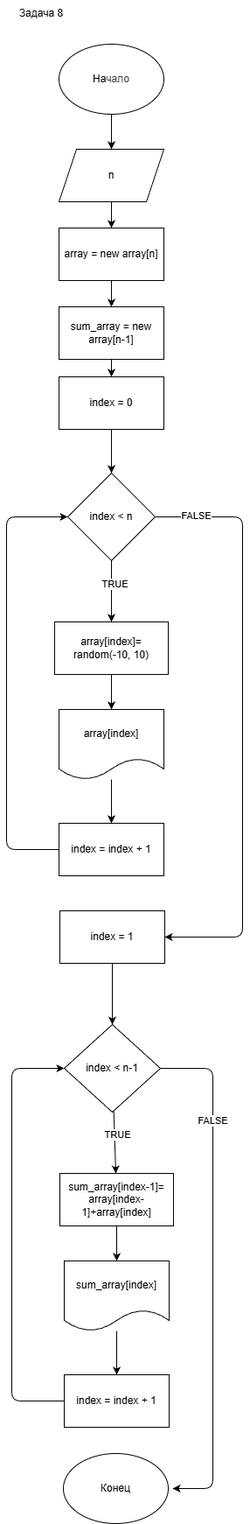
Earlier version of the draw.io export 005-chapter/arrays4.drawio.png (1Evgen12/Content). Source tidied: cells renumbered, new cells last; positions are measured from the earlier drawing's top-left corner, leaving out a move shared by most shapes. Source of this version:
```xml
<mxGraphModel>
  <root>
    <mxCell id="0" />
    <mxCell id="1" parent="0" />
    <mxCell id="2" value="Задача 8" style="text;html=1;align=center;verticalAlign=middle;whiteSpace=wrap;rounded=0;" parent="1" vertex="1">
      <mxGeometry x="10" width="60" height="30" as="geometry" />
    </mxCell>
    <mxCell id="3" style="edgeStyle=none;html=1;" parent="1" edge="1" source="4" target="6">
      <mxGeometry relative="1" as="geometry" />
    </mxCell>
    <mxCell id="4" value="На&lt;span style=&quot;color: rgb(63, 63, 63); background-color: transparent;&quot;&gt;чало&lt;/span&gt;" style="ellipse;whiteSpace=wrap;html=1;" parent="1" vertex="1">
      <mxGeometry x="60" y="50" width="120" height="80" as="geometry" />
    </mxCell>
    <mxCell id="5" style="edgeStyle=none;html=1;" parent="1" edge="1" source="6" target="8">
      <mxGeometry relative="1" as="geometry" />
    </mxCell>
    <mxCell id="6" value="n" style="shape=parallelogram;perimeter=parallelogramPerimeter;whiteSpace=wrap;html=1;fixedSize=1;" parent="1" vertex="1">
      <mxGeometry x="60" y="170" width="120" height="60" as="geometry" />
    </mxCell>
    <mxCell id="7" style="edgeStyle=none;html=1;" parent="1" edge="1" source="8" target="23">
      <mxGeometry relative="1" as="geometry" />
    </mxCell>
    <mxCell id="8" value="array = new array[n]" style="rounded=0;whiteSpace=wrap;html=1;" parent="1" vertex="1">
      <mxGeometry x="60" y="260" width="120" height="60" as="geometry" />
    </mxCell>
    <mxCell id="9" style="edgeStyle=none;html=1;entryX=0.5;entryY=0;entryDx=0;entryDy=0;" parent="1" edge="1" source="10" target="15">
      <mxGeometry relative="1" as="geometry" />
    </mxCell>
    <mxCell id="10" value="index = 0" style="rounded=0;whiteSpace=wrap;html=1;" parent="1" vertex="1">
      <mxGeometry x="60" y="430" width="120" height="60" as="geometry" />
    </mxCell>
    <mxCell id="11" style="edgeStyle=none;html=1;" parent="1" edge="1" source="15" target="17">
      <mxGeometry relative="1" as="geometry" />
    </mxCell>
    <mxCell id="12" value="TRUE" style="edgeLabel;html=1;align=center;verticalAlign=middle;" parent="11" vertex="1">
      <mxGeometry x="-0.26" y="3" relative="1" as="geometry" />
    </mxCell>
    <mxCell id="13" style="edgeStyle=none;html=1;entryX=1;entryY=0.5;entryDx=0;entryDy=0;" parent="1" edge="1" source="15" target="25">
      <mxGeometry relative="1" as="geometry">
        <Array as="points">
          <mxPoint x="270" y="590" />
          <mxPoint x="270" y="900" />
          <mxPoint x="270" y="1070" />
        </Array>
      </mxGeometry>
    </mxCell>
    <mxCell id="14" value="FALSE" style="edgeLabel;html=1;align=center;verticalAlign=middle;" parent="13" vertex="1">
      <mxGeometry x="-0.86" y="2" relative="1" as="geometry" />
    </mxCell>
    <mxCell id="15" value="index &amp;lt; n" style="rhombus;whiteSpace=wrap;html=1;" parent="1" vertex="1">
      <mxGeometry x="70" y="540" width="100" height="100" as="geometry" />
    </mxCell>
    <mxCell id="16" style="edgeStyle=none;html=1;" parent="1" edge="1" source="17" target="21">
      <mxGeometry relative="1" as="geometry" />
    </mxCell>
    <mxCell id="17" value="array[index]=&lt;div&gt;random(-10, 10)&lt;/div&gt;" style="rounded=0;whiteSpace=wrap;html=1;" parent="1" vertex="1">
      <mxGeometry x="55" y="710" width="130" height="60" as="geometry" />
    </mxCell>
    <mxCell id="18" style="edgeStyle=none;html=1;entryX=0;entryY=0.5;entryDx=0;entryDy=0;" parent="1" edge="1" source="19" target="15">
      <mxGeometry relative="1" as="geometry">
        <Array as="points">
          <mxPoint y="970" />
          <mxPoint y="590" />
        </Array>
      </mxGeometry>
    </mxCell>
    <mxCell id="19" value="index = index + 1" style="rounded=0;whiteSpace=wrap;html=1;" parent="1" vertex="1">
      <mxGeometry x="60" y="940" width="120" height="60" as="geometry" />
    </mxCell>
    <mxCell id="20" style="edgeStyle=none;html=1;" parent="1" edge="1" source="21" target="19">
      <mxGeometry relative="1" as="geometry" />
    </mxCell>
    <mxCell id="21" value="&lt;span style=&quot;color: rgb(0, 0, 0);&quot;&gt;array[index]&lt;/span&gt;" style="shape=document;whiteSpace=wrap;html=1;boundedLbl=1;" parent="1" vertex="1">
      <mxGeometry x="60" y="810" width="120" height="80" as="geometry" />
    </mxCell>
    <mxCell id="22" style="edgeStyle=none;html=1;" parent="1" edge="1" source="23" target="10">
      <mxGeometry relative="1" as="geometry" />
    </mxCell>
    <mxCell id="23" value="sum_array = new array[n-1]" style="rounded=0;whiteSpace=wrap;html=1;" parent="1" vertex="1">
      <mxGeometry x="60" y="350" width="120" height="60" as="geometry" />
    </mxCell>
    <mxCell id="24" style="edgeStyle=none;html=1;" parent="1" edge="1" source="25" target="30">
      <mxGeometry relative="1" as="geometry" />
    </mxCell>
    <mxCell id="25" value="index = 1" style="rounded=0;whiteSpace=wrap;html=1;" parent="1" vertex="1">
      <mxGeometry x="61" y="1040" width="120" height="60" as="geometry" />
    </mxCell>
    <mxCell id="26" style="edgeStyle=none;html=1;" parent="1" edge="1" source="30" target="32">
      <mxGeometry relative="1" as="geometry" />
    </mxCell>
    <mxCell id="27" value="TRUE" style="edgeLabel;html=1;align=center;verticalAlign=middle;" parent="26" vertex="1">
      <mxGeometry x="-0.26" y="3" relative="1" as="geometry" />
    </mxCell>
    <mxCell id="28" style="edgeStyle=none;html=1;entryX=1;entryY=0.5;entryDx=0;entryDy=0;" parent="1" edge="1" source="30">
      <mxGeometry relative="1" as="geometry">
        <mxPoint x="190" y="1700" as="targetPoint" />
        <Array as="points">
          <mxPoint x="236" y="1220" />
          <mxPoint x="236" y="1700" />
        </Array>
      </mxGeometry>
    </mxCell>
    <mxCell id="29" value="FALSE" style="edgeLabel;html=1;align=center;verticalAlign=middle;" parent="28" vertex="1">
      <mxGeometry x="-0.59" y="-1" relative="1" as="geometry" />
    </mxCell>
    <mxCell id="30" value="index &amp;lt; n-1" style="rhombus;whiteSpace=wrap;html=1;" parent="1" vertex="1">
      <mxGeometry x="66" y="1170" width="110" height="100" as="geometry" />
    </mxCell>
    <mxCell id="31" style="edgeStyle=none;html=1;" parent="1" edge="1" source="32" target="36">
      <mxGeometry relative="1" as="geometry" />
    </mxCell>
    <mxCell id="32" value="sum_array[index-1]=&lt;div&gt;array[index-1]+array[index]&lt;/div&gt;" style="rounded=0;whiteSpace=wrap;html=1;" parent="1" vertex="1">
      <mxGeometry x="61" y="1340" width="130" height="60" as="geometry" />
    </mxCell>
    <mxCell id="33" style="edgeStyle=none;html=1;entryX=0;entryY=0.5;entryDx=0;entryDy=0;" parent="1" edge="1" source="34" target="30">
      <mxGeometry relative="1" as="geometry">
        <Array as="points">
          <mxPoint x="6" y="1600" />
          <mxPoint x="6" y="1220" />
        </Array>
      </mxGeometry>
    </mxCell>
    <mxCell id="34" value="index = index + 1" style="rounded=0;whiteSpace=wrap;html=1;" parent="1" vertex="1">
      <mxGeometry x="66" y="1570" width="120" height="60" as="geometry" />
    </mxCell>
    <mxCell id="35" style="edgeStyle=none;html=1;" parent="1" edge="1" source="36" target="34">
      <mxGeometry relative="1" as="geometry" />
    </mxCell>
    <mxCell id="36" value="&lt;span style=&quot;color: rgb(0, 0, 0);&quot;&gt;sum_array[index]&lt;/span&gt;" style="shape=document;whiteSpace=wrap;html=1;boundedLbl=1;" parent="1" vertex="1">
      <mxGeometry x="66" y="1440" width="120" height="80" as="geometry" />
    </mxCell>
    <mxCell id="37" value="Конец" style="ellipse;whiteSpace=wrap;html=1;" parent="1" vertex="1">
      <mxGeometry x="65" y="1660" width="120" height="80" as="geometry" />
    </mxCell>
  </root>
</mxGraphModel>
```
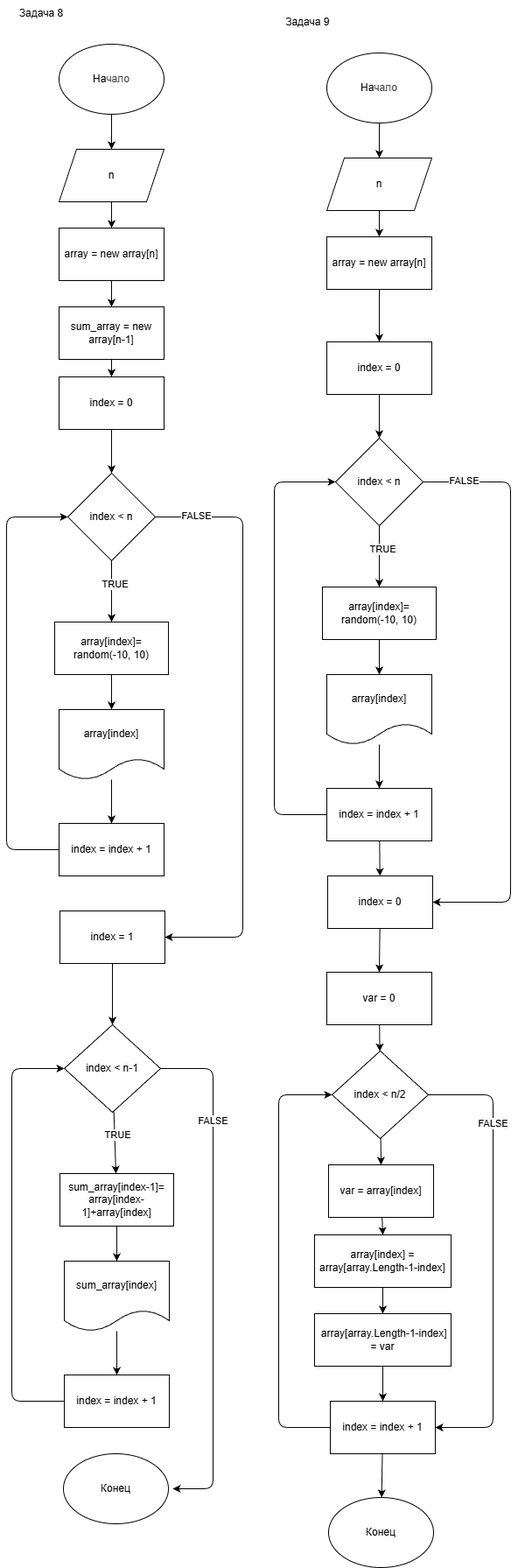
After the change.

Commit message:
Решил 9 задачу

The edit, as a diff of the source:
```diff
@@ -132,5 +132,143 @@
     <mxCell id="37" value="Конец" style="ellipse;whiteSpace=wrap;html=1;" parent="1" vertex="1">
       <mxGeometry x="65" y="1660" width="120" height="80" as="geometry" />
     </mxCell>
+    <mxCell id="38" value="Задача 9&amp;nbsp;" style="text;html=1;align=center;verticalAlign=middle;whiteSpace=wrap;rounded=0;" parent="1" vertex="1">
+      <mxGeometry x="316" y="10" width="60" height="30" as="geometry" />
+    </mxCell>
+    <mxCell id="39" style="edgeStyle=none;html=1;" parent="1" edge="1" source="40" target="42">
+      <mxGeometry relative="1" as="geometry" />
+    </mxCell>
+    <mxCell id="40" value="На&lt;span style=&quot;color: rgb(63, 63, 63); background-color: transparent;&quot;&gt;чало&lt;/span&gt;" style="ellipse;whiteSpace=wrap;html=1;" parent="1" vertex="1">
+      <mxGeometry x="366" y="60" width="120" height="80" as="geometry" />
+    </mxCell>
+    <mxCell id="41" style="edgeStyle=none;html=1;" parent="1" edge="1" source="42" target="44">
+      <mxGeometry relative="1" as="geometry" />
+    </mxCell>
+    <mxCell id="42" value="n" style="shape=parallelogram;perimeter=parallelogramPerimeter;whiteSpace=wrap;html=1;fixedSize=1;" parent="1" vertex="1">
+      <mxGeometry x="366" y="180" width="120" height="60" as="geometry" />
+    </mxCell>
+    <mxCell id="43" style="edgeStyle=none;html=1;" parent="1" edge="1" source="44" target="46">
+      <mxGeometry relative="1" as="geometry" />
+    </mxCell>
+    <mxCell id="44" value="array = new array[n]" style="rounded=0;whiteSpace=wrap;html=1;" parent="1" vertex="1">
+      <mxGeometry x="366" y="270" width="120" height="60" as="geometry" />
+    </mxCell>
+    <mxCell id="45" style="edgeStyle=none;html=1;entryX=0.5;entryY=0;entryDx=0;entryDy=0;" parent="1" edge="1" source="46" target="51">
+      <mxGeometry relative="1" as="geometry" />
+    </mxCell>
+    <mxCell id="46" value="index = 0" style="rounded=0;whiteSpace=wrap;html=1;" parent="1" vertex="1">
+      <mxGeometry x="366" y="390" width="120" height="60" as="geometry" />
+    </mxCell>
+    <mxCell id="47" style="edgeStyle=none;html=1;" parent="1" edge="1" source="51" target="53">
+      <mxGeometry relative="1" as="geometry" />
+    </mxCell>
+    <mxCell id="48" value="TRUE" style="edgeLabel;html=1;align=center;verticalAlign=middle;" parent="47" vertex="1">
+      <mxGeometry x="-0.26" y="3" relative="1" as="geometry" />
+    </mxCell>
+    <mxCell id="49" style="edgeStyle=none;html=1;entryX=1;entryY=0.5;entryDx=0;entryDy=0;" parent="1" edge="1" source="51" target="60">
+      <mxGeometry relative="1" as="geometry">
+        <Array as="points">
+          <mxPoint x="576" y="550" />
+          <mxPoint x="576" y="860" />
+          <mxPoint x="576" y="1030" />
+        </Array>
+      </mxGeometry>
+    </mxCell>
+    <mxCell id="50" value="FALSE" style="edgeLabel;html=1;align=center;verticalAlign=middle;" parent="49" vertex="1">
+      <mxGeometry x="-0.86" y="2" relative="1" as="geometry" />
+    </mxCell>
+    <mxCell id="51" value="index &amp;lt; n" style="rhombus;whiteSpace=wrap;html=1;" parent="1" vertex="1">
+      <mxGeometry x="376" y="500" width="100" height="100" as="geometry" />
+    </mxCell>
+    <mxCell id="52" style="edgeStyle=none;html=1;" parent="1" edge="1" source="53" target="58">
+      <mxGeometry relative="1" as="geometry" />
+    </mxCell>
+    <mxCell id="53" value="array[index]=&lt;div&gt;random(-10, 10)&lt;/div&gt;" style="rounded=0;whiteSpace=wrap;html=1;" parent="1" vertex="1">
+      <mxGeometry x="361" y="670" width="130" height="60" as="geometry" />
+    </mxCell>
+    <mxCell id="54" style="edgeStyle=none;html=1;entryX=0;entryY=0.5;entryDx=0;entryDy=0;" parent="1" edge="1" source="56" target="51">
+      <mxGeometry relative="1" as="geometry">
+        <Array as="points">
+          <mxPoint x="306" y="930" />
+          <mxPoint x="306" y="550" />
+        </Array>
+      </mxGeometry>
+    </mxCell>
+    <mxCell id="55" style="edgeStyle=none;html=1;" parent="1" edge="1" source="56" target="60">
+      <mxGeometry relative="1" as="geometry" />
+    </mxCell>
+    <mxCell id="56" value="index = index + 1" style="rounded=0;whiteSpace=wrap;html=1;" parent="1" vertex="1">
+      <mxGeometry x="366" y="900" width="120" height="60" as="geometry" />
+    </mxCell>
+    <mxCell id="57" style="edgeStyle=none;html=1;" parent="1" edge="1" source="58" target="56">
+      <mxGeometry relative="1" as="geometry" />
+    </mxCell>
+    <mxCell id="58" value="&lt;span style=&quot;color: rgb(0, 0, 0);&quot;&gt;array[index]&lt;/span&gt;" style="shape=document;whiteSpace=wrap;html=1;boundedLbl=1;" parent="1" vertex="1">
+      <mxGeometry x="366" y="770" width="120" height="80" as="geometry" />
+    </mxCell>
+    <mxCell id="59" style="edgeStyle=none;html=1;entryX=0.5;entryY=0;entryDx=0;entryDy=0;" parent="1" edge="1" source="60" target="70">
+      <mxGeometry relative="1" as="geometry" />
+    </mxCell>
+    <mxCell id="60" value="index = 0" style="rounded=0;whiteSpace=wrap;html=1;" parent="1" vertex="1">
+      <mxGeometry x="367" y="1000" width="120" height="60" as="geometry" />
+    </mxCell>
+    <mxCell id="61" style="edgeStyle=none;html=1;entryX=1;entryY=0.5;entryDx=0;entryDy=0;" parent="1" edge="1" source="64" target="67">
+      <mxGeometry relative="1" as="geometry">
+        <Array as="points">
+          <mxPoint x="556" y="1250" />
+          <mxPoint x="556" y="1630" />
+        </Array>
+      </mxGeometry>
+    </mxCell>
+    <mxCell id="62" value="FALSE" style="edgeLabel;html=1;align=center;verticalAlign=middle;" parent="61" vertex="1">
+      <mxGeometry x="-0.59" y="-1" relative="1" as="geometry" />
+    </mxCell>
+    <mxCell id="63" style="edgeStyle=none;html=1;entryX=0.5;entryY=0;entryDx=0;entryDy=0;" parent="1" edge="1" source="64" target="72">
+      <mxGeometry relative="1" as="geometry" />
+    </mxCell>
+    <mxCell id="64" value="index &amp;lt; n/2" style="rhombus;whiteSpace=wrap;html=1;" parent="1" vertex="1">
+      <mxGeometry x="372" y="1200" width="110" height="100" as="geometry" />
+    </mxCell>
+    <mxCell id="65" style="edgeStyle=none;html=1;entryX=0;entryY=0.5;entryDx=0;entryDy=0;" parent="1" edge="1" source="67" target="64">
+      <mxGeometry relative="1" as="geometry">
+        <Array as="points">
+          <mxPoint x="311" y="1630" />
+          <mxPoint x="311" y="1250" />
+        </Array>
+      </mxGeometry>
+    </mxCell>
+    <mxCell id="66" style="edgeStyle=none;html=1;" parent="1" edge="1" source="67" target="68">
+      <mxGeometry relative="1" as="geometry" />
+    </mxCell>
+    <mxCell id="67" value="index = index + 1" style="rounded=0;whiteSpace=wrap;html=1;" parent="1" vertex="1">
+      <mxGeometry x="370" y="1600" width="120" height="60" as="geometry" />
+    </mxCell>
+    <mxCell id="68" value="Конец" style="ellipse;whiteSpace=wrap;html=1;" parent="1" vertex="1">
+      <mxGeometry x="368" y="1710" width="120" height="80" as="geometry" />
+    </mxCell>
+    <mxCell id="69" style="edgeStyle=none;html=1;" parent="1" edge="1" source="70" target="64">
+      <mxGeometry relative="1" as="geometry" />
+    </mxCell>
+    <mxCell id="70" value="var = 0" style="rounded=0;whiteSpace=wrap;html=1;" parent="1" vertex="1">
+      <mxGeometry x="366" y="1110" width="120" height="60" as="geometry" />
+    </mxCell>
+    <mxCell id="71" style="edgeStyle=none;html=1;entryX=0.5;entryY=0;entryDx=0;entryDy=0;" parent="1" edge="1" source="72" target="74">
+      <mxGeometry relative="1" as="geometry" />
+    </mxCell>
+    <mxCell id="72" value="var = array[index]" style="rounded=0;whiteSpace=wrap;html=1;" parent="1" vertex="1">
+      <mxGeometry x="368" y="1330" width="120" height="60" as="geometry" />
+    </mxCell>
+    <mxCell id="73" style="edgeStyle=none;html=1;entryX=0.5;entryY=0;entryDx=0;entryDy=0;" parent="1" edge="1" source="74" target="76">
+      <mxGeometry relative="1" as="geometry" />
+    </mxCell>
+    <mxCell id="74" value="array[index] = array[array.Length-1-index]" style="rounded=0;whiteSpace=wrap;html=1;" parent="1" vertex="1">
+      <mxGeometry x="352" y="1410" width="156" height="60" as="geometry" />
+    </mxCell>
+    <mxCell id="75" style="edgeStyle=none;html=1;" parent="1" edge="1" source="76" target="67">
+      <mxGeometry relative="1" as="geometry" />
+    </mxCell>
+    <mxCell id="76" value="&amp;nbsp;array[array.Length-1-index] = var" style="rounded=0;whiteSpace=wrap;html=1;" parent="1" vertex="1">
+      <mxGeometry x="352" y="1500" width="156" height="60" as="geometry" />
+    </mxCell>
   </root>
 </mxGraphModel>
```
